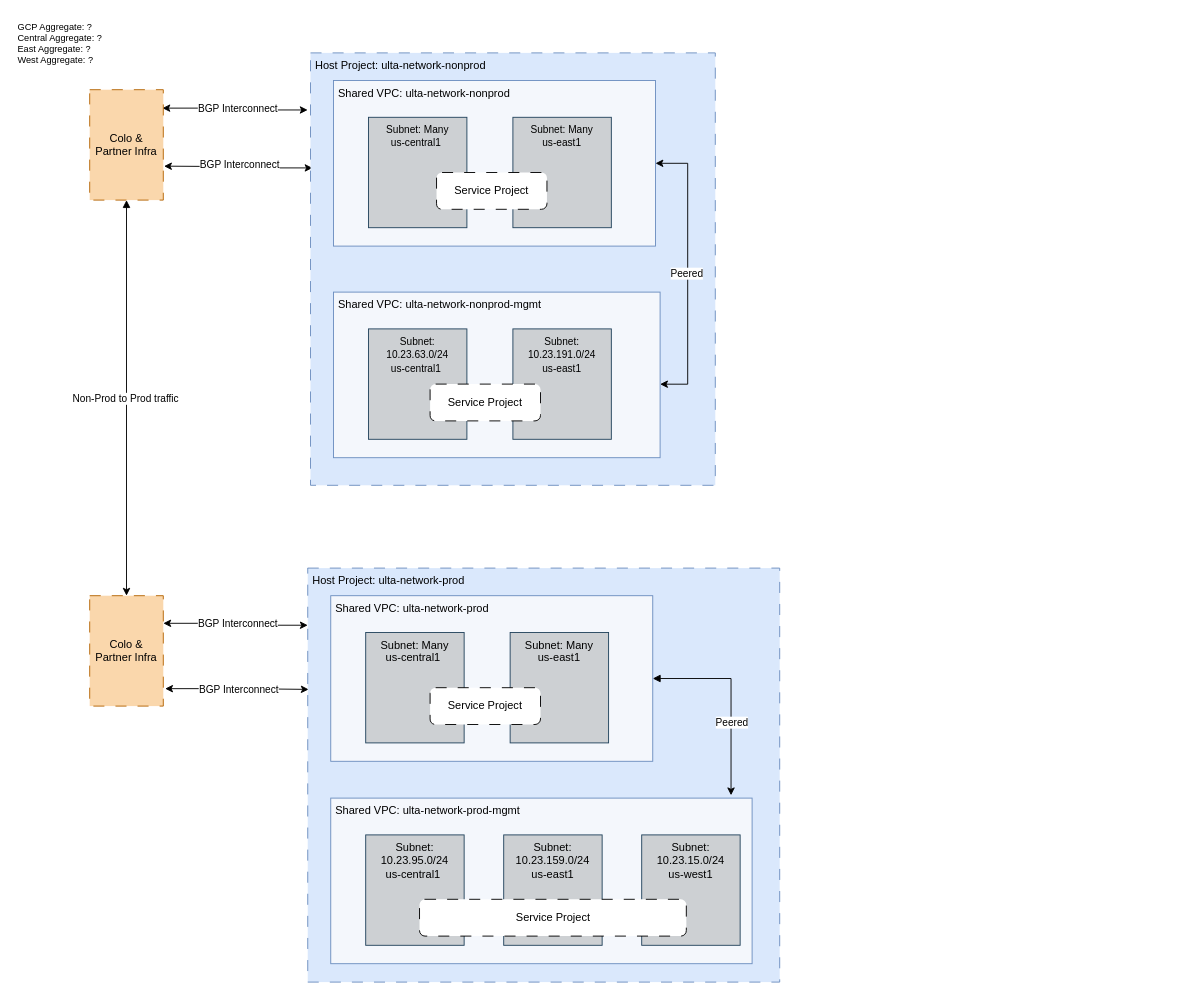
Earlier version of the draw.io diagram images/gcp-net-rtr.drawio (bpayt2/temp). Source tidied: cells renumbered, new cells numbered last; positions are measured from the earlier drawing's top-left corner, leaving out a move shared by most shapes. Both pictures are drawn from the tidied source at 92%, with x=0, y=0 at pixel (16, 16).
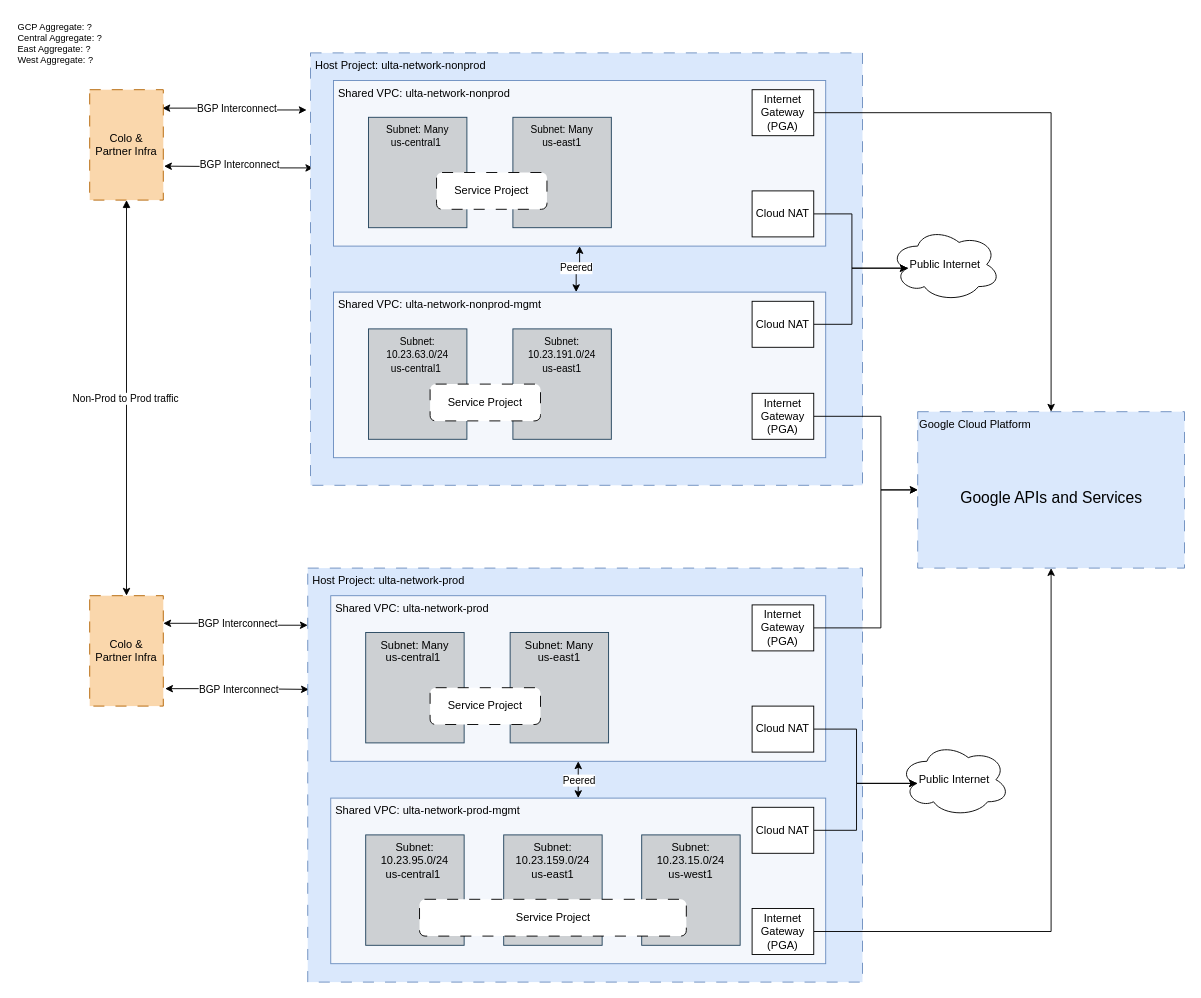
The same diagram, later.

Diff of the diagram source:
```diff
@@
     <mxCell id="9" value="&amp;nbsp;Host Project: ulta-network-nonprod" style="rounded=0;whiteSpace=wrap;html=1;verticalAlign=top;align=left;dashed=1;dashPattern=12 12;fillColor=#dae8fc;strokeColor=#6c8ebf;" parent="1" vertex="1">
-      <mxGeometry x="320" y="40" width="440" height="470" as="geometry" />
+      <mxGeometry x="320" y="40" width="600" height="470" as="geometry" />
     </mxCell>
-    <mxCell id="10" style="edgeStyle=orthogonalEdgeStyle;rounded=0;jettySize=auto;html=1;exitX=1;exitY=0.5;exitDx=0;exitDy=0;entryX=1;entryY=0.556;entryDx=0;entryDy=0;entryPerimeter=0;startArrow=classic;startFill=1;" parent="1" edge="1" source="12" target="27">
-      <mxGeometry relative="1" as="geometry">
-        <Array as="points">
-          <mxPoint x="730" y="160" />
-          <mxPoint x="730" y="400" />
-        </Array>
-      </mxGeometry>
+    <mxCell id="10" style="edgeStyle=orthogonalEdgeStyle;rounded=0;jettySize=auto;html=1;exitX=0.5;exitY=1;exitDx=0;exitDy=0;entryX=0.493;entryY=0;entryDx=0;entryDy=0;startArrow=classic;startFill=1;entryPerimeter=0;" parent="1" edge="1" source="12" target="27">
+      <mxGeometry relative="1" as="geometry" />
     </mxCell>
-    <mxCell id="11" value="Peered" style="edgeLabel;html=1;align=center;verticalAlign=middle;" parent="10" vertex="1">
-      <mxGeometry x="0.01" y="-2" relative="1" as="geometry" />
-    </mxCell>
+    <mxCell id="38" value="Peered" style="edgeLabel;html=1;align=center;verticalAlign=middle;" parent="10" vertex="1">
+      <mxGeometry x="0.12" relative="1" as="geometry">
+        <mxPoint y="-3" as="offset" />
+      </mxGeometry>
+    </mxCell>
     <mxCell id="12" value="&amp;nbsp;Shared VPC: ulta-network-nonprod" style="rounded=0;whiteSpace=wrap;html=1;verticalAlign=top;align=left;fillColor=#F4F7FC;strokeColor=#6c8ebf;" parent="1" vertex="1">
-      <mxGeometry x="345" y="70" width="350" height="180" as="geometry" />
+      <mxGeometry x="345" y="70" width="535" height="180" as="geometry" />
     </mxCell>
@@
     <mxCell id="20" value="&amp;nbsp;Host Project: ulta-network-prod" style="rounded=0;whiteSpace=wrap;html=1;verticalAlign=top;align=left;dashed=1;dashPattern=12 12;fillColor=#dae8fc;strokeColor=#6c8ebf;" parent="1" vertex="1">
-      <mxGeometry x="317" y="600" width="513" height="450" as="geometry" />
+      <mxGeometry x="317" y="600" width="603" height="450" as="geometry" />
     </mxCell>
-    <mxCell id="21" style="edgeStyle=orthogonalEdgeStyle;rounded=0;jettySize=auto;html=1;exitX=1;exitY=0.5;exitDx=0;exitDy=0;entryX=0.95;entryY=-0.017;entryDx=0;entryDy=0;entryPerimeter=0;startArrow=block;startFill=1;" parent="1" edge="1" source="23" target="32">
+    <mxCell id="21" style="edgeStyle=orthogonalEdgeStyle;rounded=0;jettySize=auto;html=1;exitX=0.5;exitY=1;exitDx=0;exitDy=0;entryX=0.5;entryY=0;entryDx=0;entryDy=0;startArrow=classic;startFill=1;" parent="1" edge="1" source="23" target="32">
       <mxGeometry relative="1" as="geometry" />
     </mxCell>
-    <mxCell id="22" value="Peered" style="edgeLabel;html=1;align=center;verticalAlign=middle;" parent="21" vertex="1">
-      <mxGeometry x="0.25" relative="1" as="geometry" />
-    </mxCell>
+    <mxCell id="39" value="Peered" style="edgeLabel;html=1;align=center;verticalAlign=middle;" parent="21" vertex="1">
+      <mxGeometry x="0.16" y="-4" relative="1" as="geometry">
+        <mxPoint x="4" y="-3" as="offset" />
+      </mxGeometry>
+    </mxCell>
     <mxCell id="23" value="&amp;nbsp;Shared VPC: ulta-network-prod" style="rounded=0;whiteSpace=wrap;html=1;verticalAlign=top;align=left;fillColor=#F4F7FC;strokeColor=#6c8ebf;" parent="1" vertex="1">
-      <mxGeometry x="342" y="630" width="350" height="180" as="geometry" />
+      <mxGeometry x="342" y="630" width="538" height="180" as="geometry" />
     </mxCell>
@@
     <mxCell id="27" value="&amp;nbsp;Shared VPC: ulta-network-nonprod-mgmt" style="rounded=0;whiteSpace=wrap;html=1;verticalAlign=top;align=left;fillColor=#F4F7FC;strokeColor=#6c8ebf;" parent="1" vertex="1">
-      <mxGeometry x="345" y="300" width="355" height="180" as="geometry" />
+      <mxGeometry x="345" y="300" width="535" height="180" as="geometry" />
     </mxCell>
@@
     <mxCell id="32" value="&amp;nbsp;Shared VPC: ulta-network-prod-mgmt" style="rounded=0;whiteSpace=wrap;html=1;verticalAlign=top;align=left;fillColor=#F4F7FC;strokeColor=#6c8ebf;" parent="1" vertex="1">
-      <mxGeometry x="342" y="850" width="458" height="180" as="geometry" />
+      <mxGeometry x="342" y="850" width="538" height="180" as="geometry" />
     </mxCell>
@@
+    <mxCell id="40" value="Google Cloud Platform" style="rounded=0;whiteSpace=wrap;html=1;verticalAlign=top;align=left;dashed=1;dashPattern=12 12;fillColor=#dae8fc;strokeColor=#6c8ebf;" parent="1" vertex="1">
+      <mxGeometry x="980" y="430" width="290" height="170" as="geometry" />
+    </mxCell>
+    <mxCell id="41" value="&lt;span style=&quot;font-weight: normal;&quot;&gt;&lt;font style=&quot;font-size: 17px;&quot;&gt;Google APIs and Services&lt;/font&gt;&lt;/span&gt;" style="text;html=1;align=center;verticalAlign=middle;strokeColor=none;fillColor=none;fontStyle=1;" parent="1" vertex="1">
+      <mxGeometry x="1015" y="510" width="220" height="30" as="geometry" />
+    </mxCell>
+    <mxCell id="42" value="Public Internet" style="ellipse;shape=cloud;whiteSpace=wrap;html=1;" parent="1" vertex="1">
+      <mxGeometry x="960" y="790" width="120" height="80" as="geometry" />
+    </mxCell>
+    <mxCell id="43" style="edgeStyle=orthogonalEdgeStyle;rounded=0;jettySize=auto;html=1;exitX=1;exitY=0.5;exitDx=0;exitDy=0;entryX=0.16;entryY=0.55;entryDx=0;entryDy=0;entryPerimeter=0;" parent="1" edge="1" source="44" target="42">
+      <mxGeometry relative="1" as="geometry" />
+    </mxCell>
+    <mxCell id="44" value="Cloud NAT" style="rounded=0;whiteSpace=wrap;html=1;" parent="1" vertex="1">
+      <mxGeometry x="800" y="860" width="67" height="50" as="geometry" />
+    </mxCell>
+    <mxCell id="45" style="edgeStyle=orthogonalEdgeStyle;rounded=0;jettySize=auto;html=1;exitX=1;exitY=0.5;exitDx=0;exitDy=0;entryX=0.16;entryY=0.55;entryDx=0;entryDy=0;entryPerimeter=0;" parent="1" edge="1" source="46" target="42">
+      <mxGeometry relative="1" as="geometry" />
+    </mxCell>
+    <mxCell id="46" value="Cloud NAT" style="rounded=0;whiteSpace=wrap;html=1;" parent="1" vertex="1">
+      <mxGeometry x="800" y="750" width="67" height="50" as="geometry" />
+    </mxCell>
+    <mxCell id="47" value="Public Internet" style="ellipse;shape=cloud;whiteSpace=wrap;html=1;" parent="1" vertex="1">
+      <mxGeometry x="950" y="230" width="120" height="80" as="geometry" />
+    </mxCell>
+    <mxCell id="48" style="edgeStyle=orthogonalEdgeStyle;rounded=0;jettySize=auto;html=1;exitX=1;exitY=0.5;exitDx=0;exitDy=0;entryX=0.16;entryY=0.55;entryDx=0;entryDy=0;entryPerimeter=0;" parent="1" edge="1" source="49" target="47">
+      <mxGeometry relative="1" as="geometry" />
+    </mxCell>
+    <mxCell id="49" value="Cloud NAT" style="rounded=0;whiteSpace=wrap;html=1;" parent="1" vertex="1">
+      <mxGeometry x="800" y="310" width="67" height="50" as="geometry" />
+    </mxCell>
+    <mxCell id="50" style="edgeStyle=orthogonalEdgeStyle;rounded=0;jettySize=auto;html=1;exitX=1;exitY=0.5;exitDx=0;exitDy=0;entryX=0.16;entryY=0.55;entryDx=0;entryDy=0;entryPerimeter=0;" parent="1" edge="1" source="51" target="47">
+      <mxGeometry relative="1" as="geometry" />
+    </mxCell>
+    <mxCell id="51" value="Cloud NAT" style="rounded=0;whiteSpace=wrap;html=1;" parent="1" vertex="1">
+      <mxGeometry x="800" y="190" width="67" height="50" as="geometry" />
+    </mxCell>
+    <mxCell id="52" style="edgeStyle=orthogonalEdgeStyle;rounded=0;jettySize=auto;html=1;exitX=1;exitY=0.5;exitDx=0;exitDy=0;entryX=0;entryY=0.5;entryDx=0;entryDy=0;" parent="1" edge="1" source="53" target="40">
+      <mxGeometry relative="1" as="geometry">
+        <Array as="points">
+          <mxPoint x="940" y="665" />
+          <mxPoint x="940" y="515" />
+        </Array>
+      </mxGeometry>
+    </mxCell>
+    <mxCell id="53" value="Internet Gateway (PGA)" style="rounded=0;whiteSpace=wrap;html=1;" parent="1" vertex="1">
+      <mxGeometry x="800" y="640" width="67" height="50" as="geometry" />
+    </mxCell>
+    <mxCell id="54" style="edgeStyle=orthogonalEdgeStyle;rounded=0;jettySize=auto;html=1;exitX=1;exitY=0.5;exitDx=0;exitDy=0;entryX=0.5;entryY=1;entryDx=0;entryDy=0;" parent="1" edge="1" source="55" target="40">
+      <mxGeometry relative="1" as="geometry" />
+    </mxCell>
+    <mxCell id="55" value="Internet Gateway (PGA)" style="rounded=0;whiteSpace=wrap;html=1;" parent="1" vertex="1">
+      <mxGeometry x="800" y="970" width="67" height="50" as="geometry" />
+    </mxCell>
+    <mxCell id="56" style="edgeStyle=orthogonalEdgeStyle;rounded=0;jettySize=auto;html=1;exitX=1;exitY=0.5;exitDx=0;exitDy=0;entryX=0;entryY=0.5;entryDx=0;entryDy=0;" parent="1" edge="1" source="57" target="40">
+      <mxGeometry relative="1" as="geometry">
+        <Array as="points">
+          <mxPoint x="940" y="435" />
+          <mxPoint x="940" y="515" />
+        </Array>
+      </mxGeometry>
+    </mxCell>
+    <mxCell id="57" value="Internet Gateway (PGA)" style="rounded=0;whiteSpace=wrap;html=1;" parent="1" vertex="1">
+      <mxGeometry x="800" y="410" width="67" height="50" as="geometry" />
+    </mxCell>
+    <mxCell id="58" style="edgeStyle=orthogonalEdgeStyle;rounded=0;jettySize=auto;html=1;exitX=1;exitY=0.5;exitDx=0;exitDy=0;entryX=0.5;entryY=0;entryDx=0;entryDy=0;" parent="1" edge="1" source="59" target="40">
+      <mxGeometry relative="1" as="geometry" />
+    </mxCell>
+    <mxCell id="59" value="Internet Gateway (PGA)" style="rounded=0;whiteSpace=wrap;html=1;" parent="1" vertex="1">
+      <mxGeometry x="800" y="80" width="67" height="50" as="geometry" />
+    </mxCell>
```
